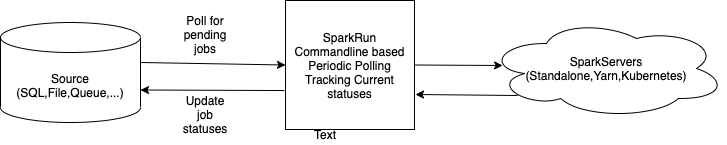
This is sparkrun.png from sumawa/sa-spark-run, a draw.io export, as it was before one commit. Source tidied: cells renumbered, new cells last; positions are measured from the earlier drawing's top-left corner, leaving out a move shared by most shapes.
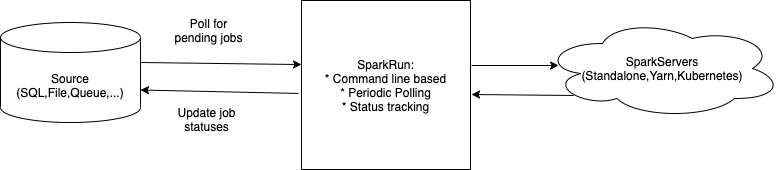
After the change.

The edit, as a diff of the source:
```diff
@@ -2,32 +2,31 @@
   <root>
     <mxCell id="0" />
     <mxCell id="1" parent="0" />
-    <mxCell id="2" value="SparkRun&lt;br&gt;Commandline based&lt;br&gt;Periodic Polling&lt;br&gt;Tracking Current statuses" style="whiteSpace=wrap;html=1;" parent="1" vertex="1">
-      <mxGeometry x="285" width="129" height="129" as="geometry" />
+    <mxCell id="2" value="SparkRun:&lt;br&gt;* Command line based&lt;br&gt;* Periodic Polling&lt;br&gt;* Status tracking" style="whiteSpace=wrap;html=1;" parent="1" vertex="1">
+      <mxGeometry x="245" width="169" height="169" as="geometry" />
     </mxCell>
     <mxCell id="3" value="Source&lt;br&gt;(SQL,File,Queue,...)" style="shape=cylinder3;whiteSpace=wrap;html=1;boundedLbl=1;backgroundOutline=1;size=15;" parent="1" vertex="1">
-      <mxGeometry y="22" width="140" height="100" as="geometry" />
+      <mxGeometry x="-56" y="22" width="140" height="100" as="geometry" />
     </mxCell>
     <mxCell id="4" value="SparkServers&lt;br&gt;(Standalone,Yarn,Kubernetes)" style="ellipse;shape=cloud;whiteSpace=wrap;html=1;" parent="1" vertex="1">
       <mxGeometry x="486" y="18" width="240" height="100" as="geometry" />
     </mxCell>
-    <mxCell id="5" style="endArrow=classic;html=1;exitX=1;exitY=0.4;exitDx=0;exitDy=0;exitPerimeter=0;entryX=0;entryY=0.5;entryDx=0;entryDy=0;" parent="1" edge="1" source="3" target="2">
+    <mxCell id="5" style="endArrow=classic;html=1;exitX=1;exitY=0.4;exitDx=0;exitDy=0;exitPerimeter=0;entryX=0;entryY=0.379;entryDx=0;entryDy=0;entryPerimeter=0;" parent="1" edge="1" source="3" target="2">
       <mxGeometry relative="1" as="geometry" />
     </mxCell>
-    <mxCell id="6" style="endArrow=classic;html=1;exitX=1;exitY=0.5;exitDx=0;exitDy=0;entryX=0.067;entryY=0.47;entryDx=0;entryDy=0;entryPerimeter=0;" parent="1" edge="1" source="2" target="4">
-      <mxGeometry relative="1" as="geometry" />
+    <mxCell id="6" style="endArrow=classic;html=1;entryX=0.067;entryY=0.47;entryDx=0;entryDy=0;entryPerimeter=0;" parent="1" edge="1" target="4">
+      <mxGeometry relative="1" as="geometry">
+        <mxPoint x="415" y="65" as="sourcePoint" />
+      </mxGeometry>
     </mxCell>
-    <mxCell id="7" style="endArrow=classic;html=1;exitX=-0.008;exitY=0.698;exitDx=0;exitDy=0;exitPerimeter=0;entryX=1;entryY=0;entryDx=0;entryDy=67.5;entryPerimeter=0;" parent="1" edge="1" source="2" target="3">
+    <mxCell id="7" style="endArrow=classic;html=1;exitX=-0.018;exitY=0.55;exitDx=0;exitDy=0;exitPerimeter=0;entryX=1;entryY=0;entryDx=0;entryDy=67.5;entryPerimeter=0;" parent="1" edge="1" source="2" target="3">
       <mxGeometry relative="1" as="geometry" />
     </mxCell>
-    <mxCell id="8" value="Text" style="text;html=1;strokeColor=none;fillColor=none;align=center;verticalAlign=middle;whiteSpace=wrap;rounded=0;" parent="1" vertex="1">
-      <mxGeometry x="305" y="124" width="40" height="20" as="geometry" />
-    </mxCell>
     <mxCell id="9" value="Poll for pending jobs" style="text;html=1;strokeColor=none;fillColor=none;align=center;verticalAlign=middle;whiteSpace=wrap;rounded=0;" parent="1" vertex="1">
-      <mxGeometry x="175" y="24" width="60" height="20" as="geometry" />
+      <mxGeometry x="114" y="10" width="77" height="40" as="geometry" />
     </mxCell>
     <mxCell id="10" value="Update job statuses" style="text;html=1;strokeColor=none;fillColor=none;align=center;verticalAlign=middle;whiteSpace=wrap;rounded=0;" parent="1" vertex="1">
-      <mxGeometry x="175" y="104" width="60" height="20" as="geometry" />
+      <mxGeometry x="115" y="104" width="71" height="30" as="geometry" />
     </mxCell>
     <mxCell id="11" style="endArrow=classic;html=1;exitX=0.13;exitY=0.77;exitDx=0;exitDy=0;exitPerimeter=0;" parent="1" edge="1" source="4">
       <mxGeometry relative="1" as="geometry">
```
